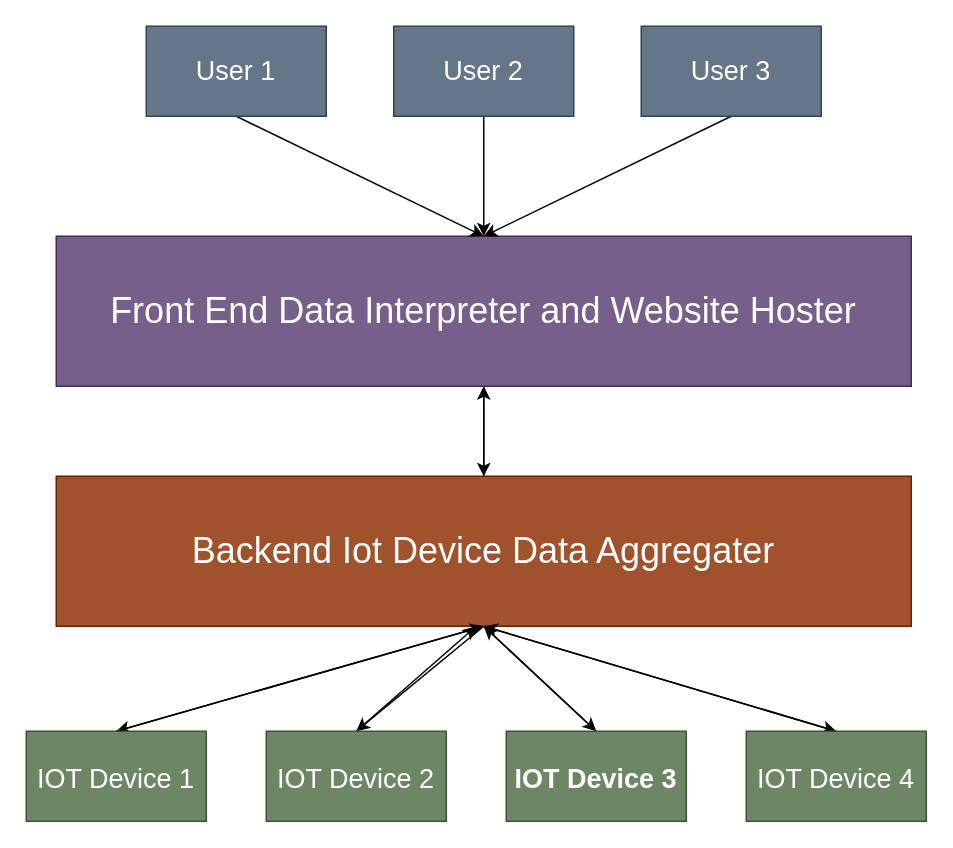
This is page "Blueprint" (1 of 2) of diagram.drawio from IOT-Network-Rust/IOT-Network-Aggregator, a draw.io file, before an edit. Source tidied: cells renumbered, new cells numbered last; positions are measured from the earlier drawing's top-left corner, leaving out a move shared by most shapes. Both pictures are drawn from the tidied source at 150%, with x=0, y=0 at pixel (26, 26).
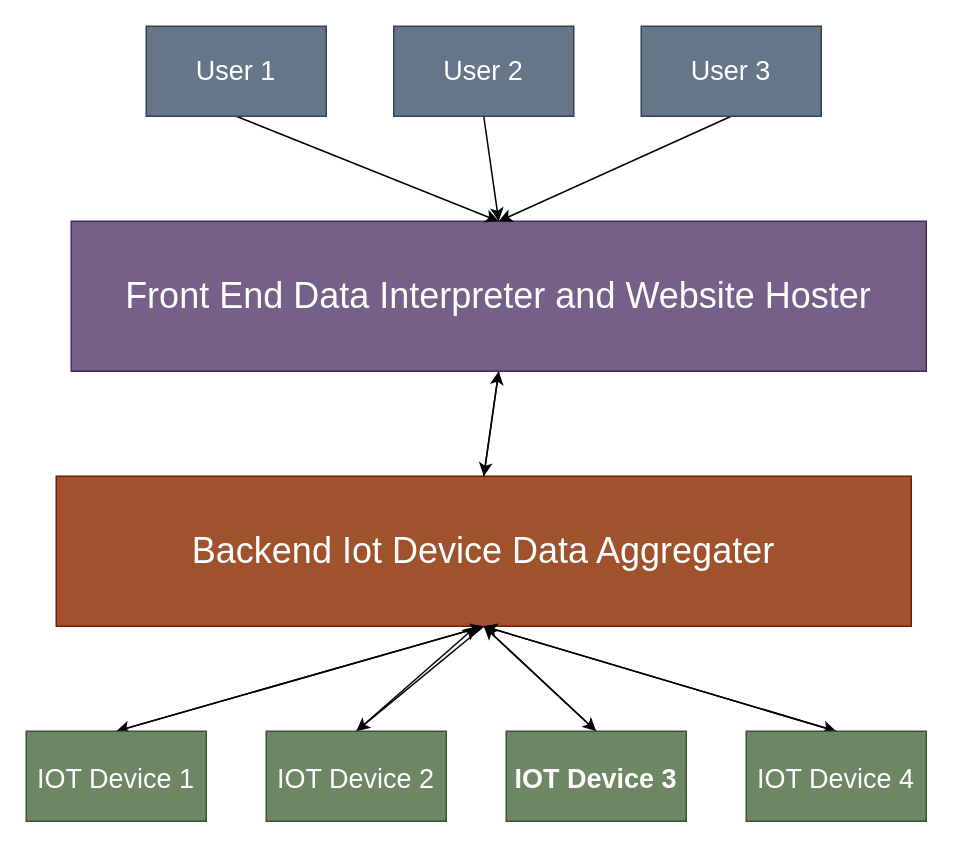
After the change.

Diff of the diagram source:
```diff
@@
-    <mxCell id="17" value="&lt;font style=&quot;font-size: 24px;&quot;&gt;Front End Data Interpreter and Website Hoster&lt;/font&gt;" style="whiteSpace=wrap;html=1;fillColor=#76608a;fontColor=#ffffff;strokeColor=#432D57;" parent="1" vertex="1">
-      <mxGeometry x="20" y="140" width="570" height="100" as="geometry" />
+    <mxCell id="17" value="&lt;font style=&quot;font-size: 24px;&quot;&gt;Front End Data Interpreter and Website Hoster&lt;/font&gt;" style="whiteSpace=wrap;html=1;fillColor=#76608a;fontColor=#ffffff;strokeColor=#432D57;rotation=0;" parent="1" vertex="1">
+      <mxGeometry x="30" y="130" width="570" height="100" as="geometry" />
     </mxCell>
```
